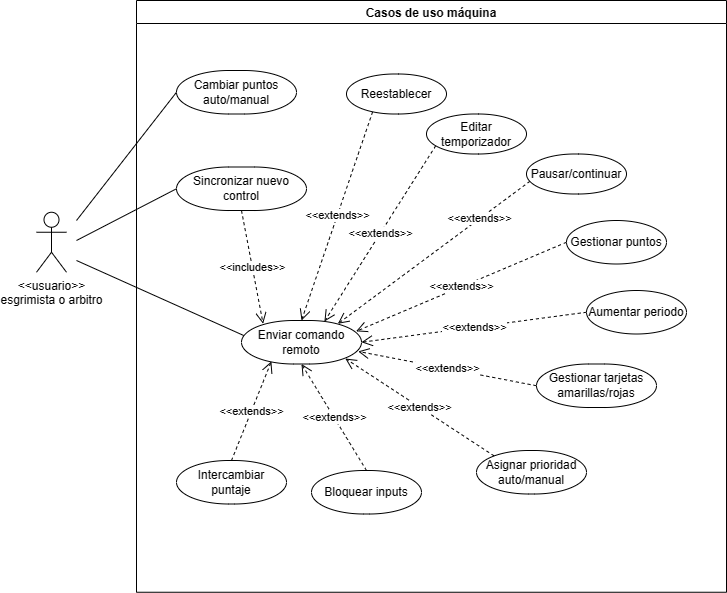
Earlier version of the draw.io export Requirements/casos_de_uso_maquina.png (Diego-Hiriart/Capstone_Hiriart-Corales-Samaniego). Source tidied: cells renumbered, new cells last; positions are measured from the earlier drawing's top-left corner, leaving out a move shared by most shapes.
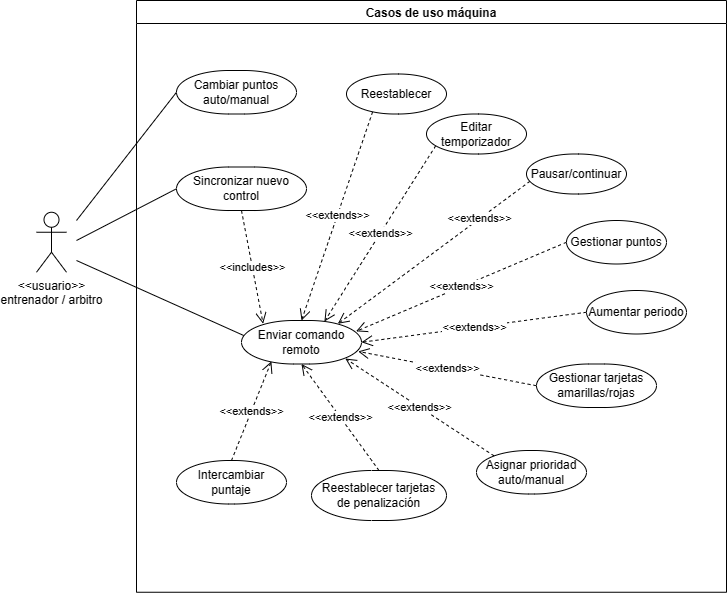
Above is the later version.

Commit message:
fix: machine use cases block and actor

replace block use case with cards reset and make actor trainer/referee

The edit, as a diff of the source:
```diff
@@ -5,8 +5,8 @@
     <mxCell id="2" value="Casos de uso máquina" style="swimlane;fillStyle=solid;swimlaneFillColor=default;" parent="1" vertex="1">
       <mxGeometry x="100" width="590" height="591.8" as="geometry" />
     </mxCell>
-    <mxCell id="3" value="Bloquear inputs" style="rounded=1;whiteSpace=wrap;html=1;perimeterSpacing=0;arcSize=120;" parent="2" vertex="1">
-      <mxGeometry x="175" y="470" width="110" height="43.5" as="geometry" />
+    <mxCell id="3" value="Reestablecer tarjetas &lt;br&gt;de penalización" style="rounded=1;whiteSpace=wrap;html=1;perimeterSpacing=0;arcSize=120;" parent="2" vertex="1">
+      <mxGeometry x="175" y="470" width="135" height="50" as="geometry" />
     </mxCell>
     <mxCell id="4" value="Asignar prioridad auto/manual" style="rounded=1;whiteSpace=wrap;html=1;perimeterSpacing=0;arcSize=120;" parent="2" vertex="1">
       <mxGeometry x="340" y="450" width="110" height="43.5" as="geometry" />
@@ -16,7 +16,7 @@
         <mxPoint x="40" y="240" as="sourcePoint" />
       </mxGeometry>
     </mxCell>
-    <mxCell id="6" value="&amp;lt;&amp;lt;usuario&amp;gt;&amp;gt;&lt;br&gt;esgrimista o arbitro" style="shape=umlActor;verticalLabelPosition=bottom;verticalAlign=top;html=1;" parent="1" vertex="1">
+    <mxCell id="6" value="&amp;lt;&amp;lt;usuario&amp;gt;&amp;gt;&lt;br&gt;entrenador / arbitro" style="shape=umlActor;verticalLabelPosition=bottom;verticalAlign=top;html=1;" parent="1" vertex="1">
       <mxGeometry y="211.8" width="30" height="60" as="geometry" />
     </mxCell>
     <mxCell id="7" style="rounded=0;jettySize=auto;html=1;entryX=0.021;entryY=0.348;entryDx=0;entryDy=0;jumpStyle=arc;endArrow=none;endFill=0;entryPerimeter=0;" parent="1" edge="1" target="9">
```
